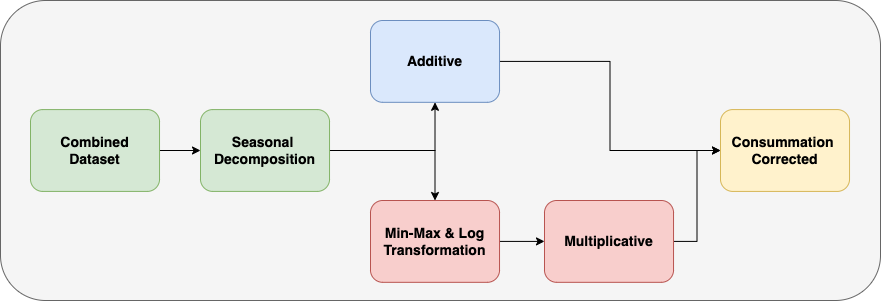
The draw.io diagram data_analysis_projects/project_nine/mission_two_workflow.png in amaye15/Open_Classroom, before a commit. Source tidied: cells renumbered, new cells last; positions are measured from the earlier drawing's top-left corner, leaving out a move shared by most shapes.
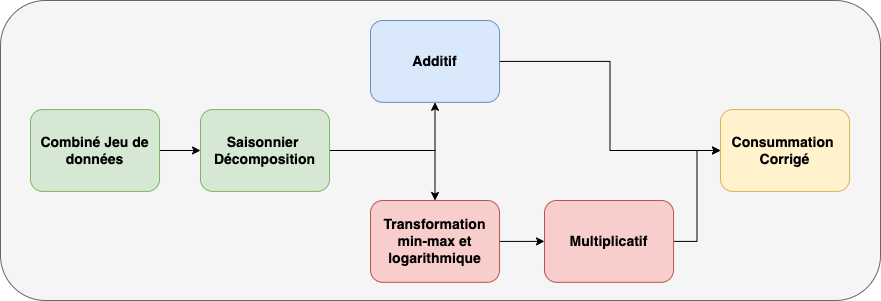
The same file after the commit.

The edit, as a diff of the source:
```diff
@@ -8,13 +8,13 @@
     <mxCell id="3" style="edgeStyle=orthogonalEdgeStyle;rounded=0;jettySize=auto;html=1;exitX=1;exitY=0.5;exitDx=0;exitDy=0;entryX=0;entryY=0.5;entryDx=0;entryDy=0;" parent="1" edge="1" source="4" target="9">
       <mxGeometry relative="1" as="geometry" />
     </mxCell>
-    <mxCell id="4" value="Combined &lt;br&gt;Dataset" style="rounded=1;whiteSpace=wrap;html=1;fillColor=#d5e8d4;strokeColor=#82b366;fontSize=14;fontStyle=1;" parent="1" vertex="1">
+    <mxCell id="4" value="Combiné Jeu de données" style="rounded=1;whiteSpace=wrap;html=1;fillColor=#d5e8d4;strokeColor=#82b366;fontSize=14;fontStyle=1;" parent="1" vertex="1">
       <mxGeometry x="30" y="109.1" width="129" height="81.8" as="geometry" />
     </mxCell>
     <mxCell id="5" style="edgeStyle=orthogonalEdgeStyle;rounded=0;jettySize=auto;html=1;exitX=1;exitY=0.5;exitDx=0;exitDy=0;entryX=0;entryY=0.5;entryDx=0;entryDy=0;" parent="1" edge="1" source="6" target="14">
       <mxGeometry relative="1" as="geometry" />
     </mxCell>
-    <mxCell id="6" value="Multiplicative" style="rounded=1;whiteSpace=wrap;html=1;fillColor=#f8cecc;strokeColor=#b85450;fontSize=14;fontStyle=1;" parent="1" vertex="1">
+    <mxCell id="6" value="Multiplicatif" style="rounded=1;whiteSpace=wrap;html=1;fillColor=#f8cecc;strokeColor=#b85450;fontSize=14;fontStyle=1;" parent="1" vertex="1">
       <mxGeometry x="544" y="200" width="129" height="81.8" as="geometry" />
     </mxCell>
     <mxCell id="7" style="edgeStyle=orthogonalEdgeStyle;rounded=0;jettySize=auto;html=1;exitX=1;exitY=0.5;exitDx=0;exitDy=0;entryX=0.5;entryY=1;entryDx=0;entryDy=0;" parent="1" edge="1" source="9" target="11">
@@ -23,22 +23,22 @@
     <mxCell id="8" style="edgeStyle=orthogonalEdgeStyle;rounded=0;jettySize=auto;html=1;exitX=1;exitY=0.5;exitDx=0;exitDy=0;" parent="1" edge="1" source="9" target="13">
       <mxGeometry relative="1" as="geometry" />
     </mxCell>
-    <mxCell id="9" value="Seasonal&amp;nbsp;&lt;br&gt;Decomposition" style="rounded=1;whiteSpace=wrap;html=1;fillColor=#d5e8d4;strokeColor=#82b366;fontSize=14;fontStyle=1;" parent="1" vertex="1">
+    <mxCell id="9" value="Saisonnier&amp;nbsp; Décomposition" style="rounded=1;whiteSpace=wrap;html=1;fillColor=#d5e8d4;strokeColor=#82b366;fontSize=14;fontStyle=1;" parent="1" vertex="1">
       <mxGeometry x="200" y="109.1" width="129" height="81.8" as="geometry" />
     </mxCell>
     <mxCell id="10" style="edgeStyle=orthogonalEdgeStyle;rounded=0;jettySize=auto;html=1;exitX=1;exitY=0.5;exitDx=0;exitDy=0;entryX=0;entryY=0.5;entryDx=0;entryDy=0;" parent="1" edge="1" source="11" target="14">
       <mxGeometry relative="1" as="geometry" />
     </mxCell>
-    <mxCell id="11" value="Additive" style="rounded=1;whiteSpace=wrap;html=1;fillColor=#dae8fc;strokeColor=#6c8ebf;fontSize=14;fontStyle=1;" parent="1" vertex="1">
+    <mxCell id="11" value="Additif" style="rounded=1;whiteSpace=wrap;html=1;fillColor=#dae8fc;strokeColor=#6c8ebf;fontSize=14;fontStyle=1;" parent="1" vertex="1">
       <mxGeometry x="370" y="20" width="129" height="81.8" as="geometry" />
     </mxCell>
     <mxCell id="12" style="edgeStyle=orthogonalEdgeStyle;rounded=0;jettySize=auto;html=1;exitX=1;exitY=0.5;exitDx=0;exitDy=0;entryX=0;entryY=0.5;entryDx=0;entryDy=0;" parent="1" edge="1" source="13" target="6">
       <mxGeometry relative="1" as="geometry" />
     </mxCell>
-    <mxCell id="13" value="Min-Max &amp;amp; Log Transformation" style="rounded=1;whiteSpace=wrap;html=1;fillColor=#f8cecc;strokeColor=#b85450;fontSize=14;fontStyle=1;" parent="1" vertex="1">
+    <mxCell id="13" value="Transformation min-max et logarithmique" style="rounded=1;whiteSpace=wrap;html=1;fillColor=#f8cecc;strokeColor=#b85450;fontSize=14;fontStyle=1;" parent="1" vertex="1">
       <mxGeometry x="370" y="200" width="129" height="81.8" as="geometry" />
     </mxCell>
-    <mxCell id="14" value="Consummation&amp;nbsp;&lt;br style=&quot;border-color: var(--border-color);&quot;&gt;Corrected" style="rounded=1;whiteSpace=wrap;html=1;fillColor=#fff2cc;strokeColor=#d6b656;fontSize=14;fontStyle=1;" parent="1" vertex="1">
+    <mxCell id="14" value="Consummation&amp;nbsp; Corrigé" style="rounded=1;whiteSpace=wrap;html=1;fillColor=#fff2cc;strokeColor=#d6b656;fontSize=14;fontStyle=1;" parent="1" vertex="1">
       <mxGeometry x="720" y="109.1" width="129" height="81.8" as="geometry" />
     </mxCell>
   </root>
```
